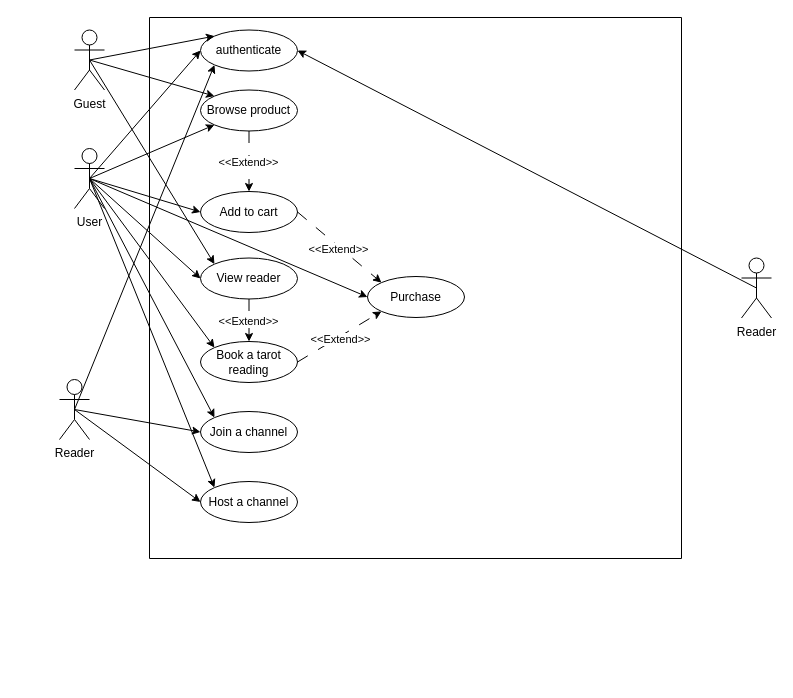
ippapi/Enigma keeps this draw.io diagram as be_design.drawio. Above is the earlier version. Source tidied: cells renumbered, new cells numbered last; positions are measured from the earlier drawing's top-left corner, leaving out a move shared by most shapes. Both pictures are drawn from the tidied source at 100%, with x=0, y=0 at pixel (59, 17).
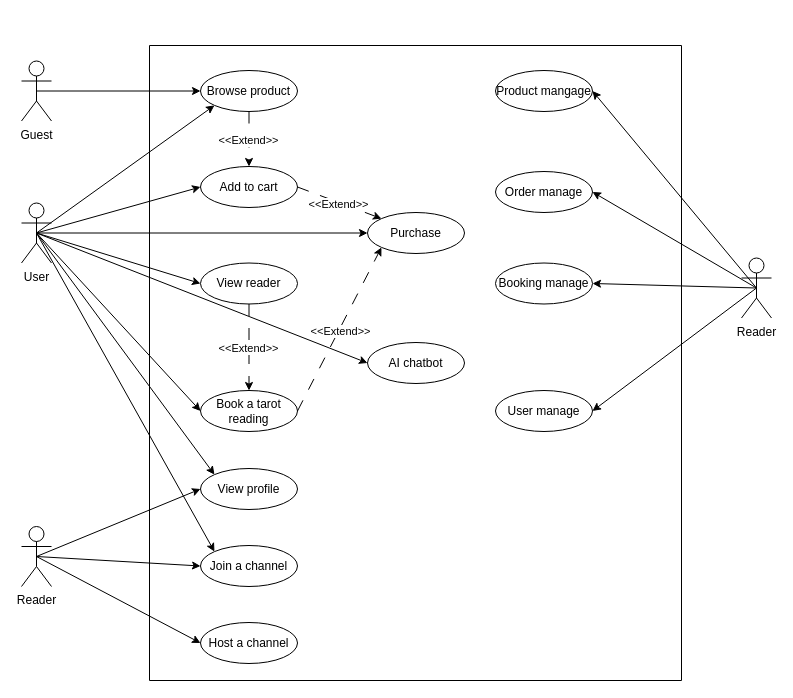
Above is the later version.

Commit message:
Insert admin's use cases

Unchanged cells that the change refers to:
```xml
<mxCell id="22" value="Reader" style="shape=umlActor;html=1;verticalLabelPosition=bottom;verticalAlign=top;align=center;" parent="1" vertex="1">
  <mxGeometry x="682" y="240.5" width="30" height="60" as="geometry" />
</mxCell>
```

Change to the diagram source:
```diff
@@
     <mxCell id="2" style="swimlane;startSize=0;" parent="1" vertex="1">
-      <mxGeometry x="90" width="532" height="541" as="geometry" />
+      <mxGeometry x="90" y="28" width="532" height="635" as="geometry" />
     </mxCell>
-    <mxCell id="3" value="authenticate" style="ellipse;whiteSpace=wrap;html=1;" parent="2" vertex="1">
-      <mxGeometry x="51" y="12.5" width="97" height="41" as="geometry" />
-    </mxCell>
     <mxCell id="4" value="Browse product" style="ellipse;whiteSpace=wrap;html=1;" parent="2" vertex="1">
-      <mxGeometry x="51" y="72.5" width="97" height="41" as="geometry" />
+      <mxGeometry x="51" y="25" width="97" height="41" as="geometry" />
     </mxCell>
     <mxCell id="5" value="View reader" style="ellipse;whiteSpace=wrap;html=1;" parent="2" vertex="1">
-      <mxGeometry x="51" y="240.5" width="97" height="41" as="geometry" />
+      <mxGeometry x="51" y="217.5" width="97" height="41" as="geometry" />
     </mxCell>
     <mxCell id="6" value="Book a tarot reading" style="ellipse;whiteSpace=wrap;html=1;" parent="2" vertex="1">
-      <mxGeometry x="51" y="324" width="97" height="41" as="geometry" />
+      <mxGeometry x="51" y="345" width="97" height="41" as="geometry" />
     </mxCell>
     <mxCell id="7" value="Add to cart" style="ellipse;whiteSpace=wrap;html=1;" parent="2" vertex="1">
-      <mxGeometry x="51" y="174" width="97" height="41" as="geometry" />
+      <mxGeometry x="51" y="121" width="97" height="41" as="geometry" />
     </mxCell>
     <mxCell id="8" value="Purchase" style="ellipse;whiteSpace=wrap;html=1;" parent="2" vertex="1">
-      <mxGeometry x="218" y="259" width="97" height="41" as="geometry" />
+      <mxGeometry x="218" y="167" width="97" height="41" as="geometry" />
     </mxCell>
@@
     <mxCell id="17" value="Host a channel" style="ellipse;whiteSpace=wrap;html=1;" parent="2" vertex="1">
-      <mxGeometry x="51" y="464" width="97" height="41" as="geometry" />
+      <mxGeometry x="51" y="577" width="97" height="41" as="geometry" />
     </mxCell>
     <mxCell id="18" value="Join a channel" style="ellipse;whiteSpace=wrap;html=1;" parent="2" vertex="1">
-      <mxGeometry x="51" y="394" width="97" height="41" as="geometry" />
+      <mxGeometry x="51" y="500" width="97" height="41" as="geometry" />
     </mxCell>
+    <mxCell id="38" value="View profile" style="ellipse;whiteSpace=wrap;html=1;" parent="2" vertex="1">
+      <mxGeometry x="51" y="423" width="97" height="41" as="geometry" />
+    </mxCell>
+    <mxCell id="39" value="Product mangage" style="ellipse;whiteSpace=wrap;html=1;" parent="2" vertex="1">
+      <mxGeometry x="346" y="25" width="97" height="41" as="geometry" />
+    </mxCell>
+    <mxCell id="40" value="Order manage" style="ellipse;whiteSpace=wrap;html=1;" parent="2" vertex="1">
+      <mxGeometry x="346" y="126" width="97" height="41" as="geometry" />
+    </mxCell>
+    <mxCell id="41" value="Booking manage" style="ellipse;whiteSpace=wrap;html=1;" parent="2" vertex="1">
+      <mxGeometry x="346" y="217.5" width="97" height="41" as="geometry" />
+    </mxCell>
+    <mxCell id="42" value="User manage" style="ellipse;whiteSpace=wrap;html=1;" parent="2" vertex="1">
+      <mxGeometry x="346" y="345" width="97" height="41" as="geometry" />
+    </mxCell>
+    <mxCell id="43" value="AI chatbot" style="ellipse;whiteSpace=wrap;html=1;" parent="2" vertex="1">
+      <mxGeometry x="218" y="297" width="97" height="41" as="geometry" />
+    </mxCell>
     <mxCell id="19" value="Guest" style="shape=umlActor;html=1;verticalLabelPosition=bottom;verticalAlign=top;align=center;" parent="1" vertex="1">
-      <mxGeometry x="15" y="12.5" width="30" height="60" as="geometry" />
+      <mxGeometry x="-38" y="43.5" width="30" height="60" as="geometry" />
     </mxCell>
     <mxCell id="20" value="User" style="shape=umlActor;html=1;verticalLabelPosition=bottom;verticalAlign=top;align=center;" parent="1" vertex="1">
-      <mxGeometry x="15" y="131" width="30" height="60" as="geometry" />
+      <mxGeometry x="-38" y="185.5" width="30" height="60" as="geometry" />
     </mxCell>
     <mxCell id="21" value="Reader" style="shape=umlActor;html=1;verticalLabelPosition=bottom;verticalAlign=top;align=center;" parent="1" vertex="1">
-      <mxGeometry y="362" width="30" height="60" as="geometry" />
+      <mxGeometry x="-38" y="509" width="30" height="60" as="geometry" />
     </mxCell>
@@
-    <mxCell id="23" style="endArrow=classic;html=1;rounded=0;exitX=0.5;exitY=0.5;exitDx=0;exitDy=0;exitPerimeter=0;entryX=0;entryY=0;entryDx=0;entryDy=0;" parent="1" edge="1" source="19" target="3">
-      <mxGeometry relative="1" as="geometry" />
-    </mxCell>
-    <mxCell id="24" style="endArrow=classic;html=1;rounded=0;exitX=0.5;exitY=0.5;exitDx=0;exitDy=0;exitPerimeter=0;entryX=0;entryY=0;entryDx=0;entryDy=0;" parent="1" edge="1" source="19" target="4">
+    <mxCell id="24" style="endArrow=classic;html=1;rounded=0;exitX=0.5;exitY=0.5;exitDx=0;exitDy=0;exitPerimeter=0;entryX=0;entryY=0.5;entryDx=0;entryDy=0;" parent="1" edge="1" source="19" target="4">
       <mxGeometry relative="1" as="geometry" />
     </mxCell>
@@
-    <mxCell id="27" style="endArrow=classic;html=1;rounded=0;exitX=0.5;exitY=0.5;exitDx=0;exitDy=0;exitPerimeter=0;entryX=0;entryY=0;entryDx=0;entryDy=0;" parent="1" edge="1" source="19" target="5">
-      <mxGeometry relative="1" as="geometry" />
-    </mxCell>
-    <mxCell id="28" style="endArrow=classic;html=1;rounded=0;exitX=0.5;exitY=0.5;exitDx=0;exitDy=0;exitPerimeter=0;entryX=0;entryY=0.5;entryDx=0;entryDy=0;" parent="1" edge="1" source="20" target="3">
-      <mxGeometry relative="1" as="geometry" />
-    </mxCell>
-    <mxCell id="29" style="endArrow=classic;html=1;rounded=0;exitX=0.5;exitY=0.5;exitDx=0;exitDy=0;exitPerimeter=0;entryX=0;entryY=1;entryDx=0;entryDy=0;" parent="1" edge="1" source="21" target="3">
-      <mxGeometry relative="1" as="geometry" />
-    </mxCell>
-    <mxCell id="30" style="endArrow=classic;html=1;rounded=0;exitX=0.5;exitY=0.5;exitDx=0;exitDy=0;exitPerimeter=0;entryX=1;entryY=0.5;entryDx=0;entryDy=0;" parent="1" edge="1" source="22" target="3">
-      <mxGeometry relative="1" as="geometry" />
-    </mxCell>
-    <mxCell id="31" style="endArrow=classic;html=1;rounded=0;exitX=0.5;exitY=0.5;exitDx=0;exitDy=0;exitPerimeter=0;entryX=0;entryY=0;entryDx=0;entryDy=0;" parent="1" edge="1" source="20" target="6">
+    <mxCell id="31" style="endArrow=classic;html=1;rounded=0;exitX=0.5;exitY=0.5;exitDx=0;exitDy=0;exitPerimeter=0;entryX=0;entryY=0.5;entryDx=0;entryDy=0;" parent="1" edge="1" source="20" target="6">
       <mxGeometry relative="1" as="geometry" />
     </mxCell>
@@
-    <mxCell id="36" style="endArrow=classic;html=1;rounded=0;exitX=0.5;exitY=0.5;exitDx=0;exitDy=0;exitPerimeter=0;entryX=0;entryY=0;entryDx=0;entryDy=0;" parent="1" edge="1" source="20" target="17">
-      <mxGeometry relative="1" as="geometry" />
-    </mxCell>
@@
+    <mxCell id="44" style="endArrow=classic;html=1;rounded=0;exitX=0.5;exitY=0.5;exitDx=0;exitDy=0;exitPerimeter=0;entryX=0;entryY=0.5;entryDx=0;entryDy=0;" parent="1" edge="1" source="21" target="38">
+      <mxGeometry relative="1" as="geometry" />
+    </mxCell>
+    <mxCell id="45" style="endArrow=classic;html=1;rounded=0;exitX=0.5;exitY=0.5;exitDx=0;exitDy=0;exitPerimeter=0;entryX=0;entryY=0;entryDx=0;entryDy=0;" parent="1" edge="1" source="20" target="38">
+      <mxGeometry relative="1" as="geometry" />
+    </mxCell>
+    <mxCell id="46" style="endArrow=classic;html=1;rounded=0;exitX=0.5;exitY=0.5;exitDx=0;exitDy=0;exitPerimeter=0;entryX=0;entryY=0.5;entryDx=0;entryDy=0;" parent="1" edge="1" source="20" target="43">
+      <mxGeometry relative="1" as="geometry" />
+    </mxCell>
+    <mxCell id="47" style="endArrow=classic;html=1;rounded=0;exitX=0.5;exitY=0.5;exitDx=0;exitDy=0;exitPerimeter=0;entryX=1;entryY=0.5;entryDx=0;entryDy=0;" parent="1" edge="1" source="22" target="39">
+      <mxGeometry relative="1" as="geometry" />
+    </mxCell>
+    <mxCell id="48" style="endArrow=classic;html=1;rounded=0;exitX=0.5;exitY=0.5;exitDx=0;exitDy=0;exitPerimeter=0;entryX=1;entryY=0.5;entryDx=0;entryDy=0;" parent="1" edge="1" source="22" target="40">
+      <mxGeometry relative="1" as="geometry" />
+    </mxCell>
+    <mxCell id="49" style="endArrow=classic;html=1;rounded=0;exitX=0.5;exitY=0.5;exitDx=0;exitDy=0;exitPerimeter=0;entryX=1;entryY=0.5;entryDx=0;entryDy=0;" parent="1" edge="1" source="22" target="41">
+      <mxGeometry relative="1" as="geometry" />
+    </mxCell>
+    <mxCell id="50" style="endArrow=classic;html=1;rounded=0;exitX=0.5;exitY=0.5;exitDx=0;exitDy=0;exitPerimeter=0;entryX=1;entryY=0.5;entryDx=0;entryDy=0;" parent="1" edge="1" source="22" target="42">
+      <mxGeometry relative="1" as="geometry" />
+    </mxCell>
```
